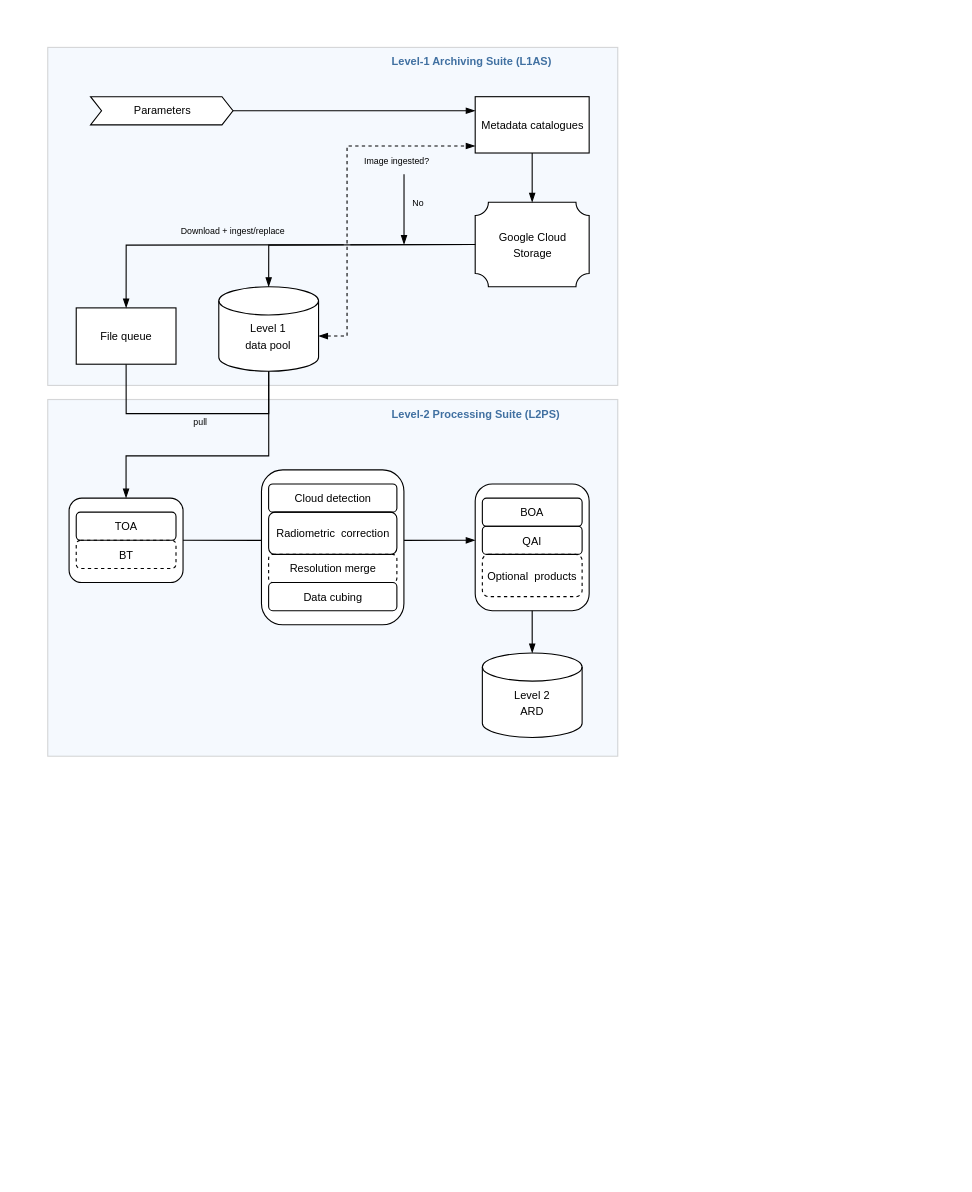
This is source/figures/drawio/force.drawio from maawoo/TDC_thesis, a draw.io file, before an edit. Source tidied: cells renumbered, new cells numbered last; positions are measured from the earlier drawing's top-left corner, leaving out a move shared by most shapes. Both pictures are drawn from the tidied source at 110%, with x=0, y=0 at pixel (19, 19).
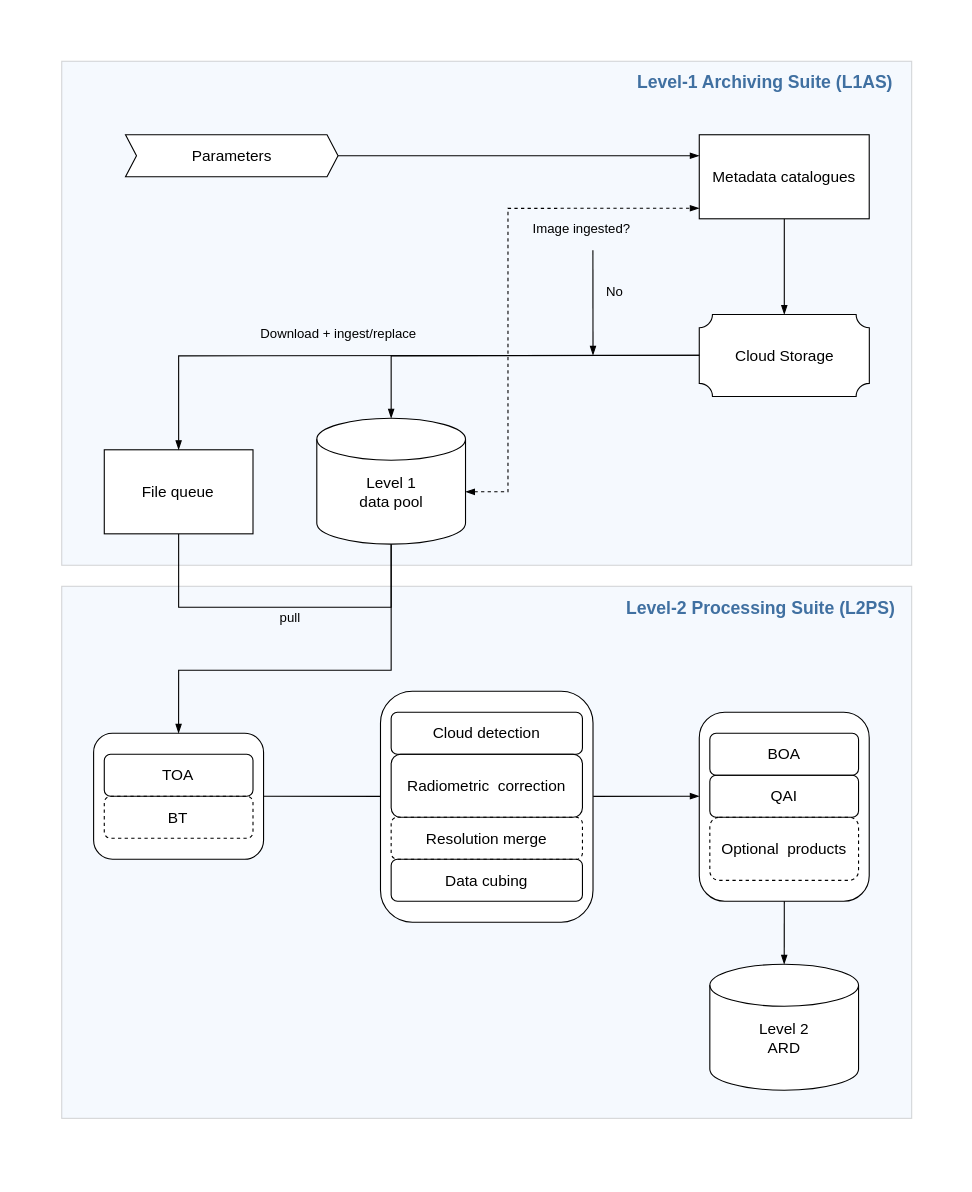
After the change.

The edit, as a diff of the source:
```diff
@@
     <mxCell id="2" style="group;" parent="1" vertex="1">
-      <mxGeometry width="570" height="704.1" as="geometry" />
+      <mxGeometry width="850" height="1050" as="geometry" />
     </mxCell>
     <mxCell id="3" style="rounded=0;whiteSpace=wrap;html=1;fillColor=#ffffff;strokeColor=none;" parent="2" vertex="1">
-      <mxGeometry width="570" height="690" as="geometry" />
+      <mxGeometry width="850" height="1028.9" as="geometry" />
     </mxCell>
     <mxCell id="4" style="rounded=0;whiteSpace=wrap;html=1;strokeColor=#666666;fontColor=#333333;fillColor=#D8E5FA;opacity=25;" parent="2" vertex="1">
-      <mxGeometry x="25.9" y="345.7" width="518.2" height="324.3" as="geometry" />
+      <mxGeometry x="38.6" y="515.5" width="772.7" height="483.7" as="geometry" />
     </mxCell>
     <mxCell id="5" style="rounded=1;whiteSpace=wrap;html=1;" parent="2" vertex="1">
-      <mxGeometry x="414.5" y="422.5" width="103.6" height="115.2" as="geometry" />
+      <mxGeometry x="618.2" y="630" width="154.5" height="171.8" as="geometry" />
     </mxCell>
     <mxCell id="6" style="rounded=1;whiteSpace=wrap;html=1;" parent="2" vertex="1">
-      <mxGeometry x="220.2" y="409.7" width="129.5" height="140.8" as="geometry" />
+      <mxGeometry x="328.4" y="610.9" width="193.2" height="210" as="geometry" />
     </mxCell>
     <mxCell id="7" style="rounded=1;whiteSpace=wrap;html=1;" parent="2" vertex="1">
-      <mxGeometry x="45.3" y="435.3" width="103.6" height="76.8" as="geometry" />
+      <mxGeometry x="67.6" y="649.1" width="154.5" height="114.5" as="geometry" />
     </mxCell>
     <mxCell id="8" style="rounded=0;whiteSpace=wrap;html=1;strokeColor=#666666;fontColor=#333333;fillColor=#D8E5FA;opacity=25;" parent="2" vertex="1">
-      <mxGeometry x="25.9" y="25.6" width="518.2" height="307.3" as="geometry" />
+      <mxGeometry x="38.6" y="38.2" width="772.7" height="458.2" as="geometry" />
     </mxCell>
     <mxCell id="9" style="verticalLabelPosition=bottom;verticalAlign=top;html=1;shape=mxgraph.basic.plaque;dx=6;" parent="2" vertex="1">
-      <mxGeometry x="414.5" y="166.4" width="103.6" height="76.8" as="geometry" />
+      <mxGeometry x="618.2" y="268.4" width="154.6" height="74.6" as="geometry" />
     </mxCell>
-    <mxCell id="10" value="&lt;font style=&quot;font-size: 10px&quot;&gt;Parameters&lt;/font&gt;" style="html=1;shadow=0;dashed=0;align=center;verticalAlign=middle;shape=mxgraph.arrows2.arrow;dy=0;dx=10;notch=10;strokeColor=#000000;strokeWidth=1;" parent="2" vertex="1">
-      <mxGeometry x="64.8" y="70.4" width="129.5" height="25.6" as="geometry" />
+    <mxCell id="10" value="&lt;font style=&quot;font-size: 14px&quot;&gt;Parameters&lt;/font&gt;" style="html=1;shadow=0;dashed=0;align=center;verticalAlign=middle;shape=mxgraph.arrows2.arrow;dy=0;dx=10;notch=10;strokeColor=#000000;strokeWidth=1;" parent="2" vertex="1">
+      <mxGeometry x="96.6" y="105" width="193.2" height="38.2" as="geometry" />
     </mxCell>
@@
-    <mxCell id="12" value="&lt;font style=&quot;font-size: 10px&quot;&gt;Metadata catalogues&lt;/font&gt;" style="rounded=0;whiteSpace=wrap;html=1;strokeColor=#000000;strokeWidth=1;" parent="2" vertex="1">
-      <mxGeometry x="414.5" y="70.4" width="103.6" height="51.2" as="geometry" />
+    <mxCell id="12" value="&lt;font style=&quot;font-size: 14px&quot;&gt;Metadata catalogues&lt;/font&gt;" style="rounded=0;whiteSpace=wrap;html=1;strokeColor=#000000;strokeWidth=1;" parent="2" vertex="1">
+      <mxGeometry x="618.2" y="105" width="154.5" height="76.4" as="geometry" />
     </mxCell>
     <mxCell id="13" style="edgeStyle=orthogonalEdgeStyle;rounded=0;jumpStyle=gap;jettySize=auto;html=1;entryX=0.5;entryY=0;entryDx=0;entryDy=0;startArrow=none;startFill=0;endArrow=blockThin;endFill=1;" parent="2" edge="1" source="14" target="7">
       <mxGeometry relative="1" as="geometry">
         <Array as="points">
-          <mxPoint x="226.7" y="396.9" />
-          <mxPoint x="97.2" y="396.9" />
+          <mxPoint x="338.1" y="591.8" />
+          <mxPoint x="144.9" y="591.8" />
         </Array>
       </mxGeometry>
     </mxCell>
     <mxCell id="14" style="strokeWidth=1;html=1;shape=mxgraph.flowchart.database;whiteSpace=wrap;" parent="2" vertex="1">
-      <mxGeometry x="181.4" y="243.2" width="90.7" height="76.8" as="geometry" />
+      <mxGeometry x="270.5" y="362.7" width="135.2" height="114.5" as="geometry" />
     </mxCell>
     <mxCell id="15" style="edgeStyle=orthogonalEdgeStyle;rounded=0;jumpStyle=gap;jettySize=auto;html=1;entryX=0.5;entryY=1;entryDx=0;entryDy=0;entryPerimeter=0;startArrow=none;startFill=0;endArrow=none;endFill=0;exitX=0.5;exitY=1;exitDx=0;exitDy=0;" parent="2" edge="1" source="16" target="14">
       <mxGeometry relative="1" as="geometry">
         <Array as="points">
-          <mxPoint x="97.2" y="358.5" />
-          <mxPoint x="226.7" y="358.5" />
+          <mxPoint x="144.9" y="534.5" />
+          <mxPoint x="338.1" y="534.5" />
         </Array>
       </mxGeometry>
     </mxCell>
-    <mxCell id="16" value="&lt;font style=&quot;font-size: 10px&quot;&gt;File queue&lt;/font&gt;" style="rounded=0;whiteSpace=wrap;html=1;strokeColor=#000000;strokeWidth=1;" parent="2" vertex="1">
-      <mxGeometry x="51.8" y="262.4" width="90.7" height="51.2" as="geometry" />
+    <mxCell id="16" value="&lt;font style=&quot;font-size: 14px&quot;&gt;File queue&lt;/font&gt;" style="rounded=0;whiteSpace=wrap;html=1;strokeColor=#000000;strokeWidth=1;" parent="2" vertex="1">
+      <mxGeometry x="77.3" y="391.4" width="135.2" height="76.4" as="geometry" />
     </mxCell>
     <mxCell id="17" style="edgeStyle=orthogonalEdgeStyle;rounded=0;jumpStyle=gap;jettySize=auto;html=1;entryX=0;entryY=0.875;entryDx=0;entryDy=0;entryPerimeter=0;startArrow=blockThin;startFill=1;endArrow=blockThin;endFill=1;dashed=1;" parent="2" edge="1" source="18" target="12">
       <mxGeometry relative="1" as="geometry">
         <Array as="points">
-          <mxPoint x="298" y="288" />
-          <mxPoint x="298" y="115.2" />
+          <mxPoint x="444.3" y="429.5" />
+          <mxPoint x="444.3" y="171.8" />
         </Array>
       </mxGeometry>
     </mxCell>
-    <mxCell id="18" value="&lt;font style=&quot;font-size: 10px&quot;&gt;Level 1&lt;br&gt;data pool&lt;/font&gt;" style="text;html=1;strokeColor=none;fillColor=none;align=center;verticalAlign=middle;whiteSpace=wrap;rounded=0;" parent="2" vertex="1">
-      <mxGeometry x="181.4" y="268.8" width="90.7" height="38.4" as="geometry" />
+    <mxCell id="18" value="&lt;font style=&quot;font-size: 14px&quot;&gt;Level 1&lt;br&gt;data pool&lt;/font&gt;" style="text;html=1;strokeColor=none;fillColor=none;align=center;verticalAlign=middle;whiteSpace=wrap;rounded=0;" parent="2" vertex="1">
+      <mxGeometry x="270.5" y="400.9" width="135.2" height="57.3" as="geometry" />
     </mxCell>
     <mxCell id="19" style="edgeStyle=orthogonalEdgeStyle;rounded=0;jumpStyle=none;jettySize=auto;html=1;entryX=0.5;entryY=0;entryDx=0;entryDy=0;entryPerimeter=0;startArrow=none;startFill=0;endArrow=blockThin;endFill=1;" parent="2" edge="1" target="14">
       <mxGeometry relative="1" as="geometry">
-        <mxPoint x="414.5" y="204.8" as="sourcePoint" />
+        <mxPoint x="618.2" y="305.5" as="sourcePoint" />
       </mxGeometry>
     </mxCell>
     <mxCell id="20" style="edgeStyle=orthogonalEdgeStyle;rounded=0;jumpStyle=gap;jettySize=auto;html=1;startArrow=none;startFill=0;endArrow=blockThin;endFill=1;entryX=0.5;entryY=0;entryDx=0;entryDy=0;" parent="2" edge="1" target="16">
       <mxGeometry relative="1" as="geometry">
-        <mxPoint x="414.5" y="204.8" as="sourcePoint" />
+        <mxPoint x="618.2" y="305.5" as="sourcePoint" />
       </mxGeometry>
     </mxCell>
-    <mxCell id="21" value="&lt;font style=&quot;font-size: 10px&quot;&gt;Google Cloud Storage&lt;/font&gt;" style="text;html=1;strokeColor=none;fillColor=none;align=center;verticalAlign=middle;whiteSpace=wrap;rounded=0;" parent="2" vertex="1">
-      <mxGeometry x="427.5" y="166.4" width="77.7" height="76.8" as="geometry" />
+    <mxCell id="21" value="&lt;font style=&quot;font-size: 14px&quot;&gt;Cloud Storage&lt;/font&gt;" style="text;html=1;strokeColor=none;fillColor=none;align=center;verticalAlign=middle;whiteSpace=wrap;rounded=0;" parent="2" vertex="1">
+      <mxGeometry x="637.5" y="268.4" width="115.9" height="74.6" as="geometry" />
     </mxCell>
-    <mxCell id="22" value="&lt;font style=&quot;font-size: 8px&quot;&gt;Image ingested?&lt;/font&gt;" style="text;html=1;strokeColor=none;fillColor=none;align=center;verticalAlign=middle;whiteSpace=wrap;rounded=0;" parent="2" vertex="1">
-      <mxGeometry x="298" y="115.2" width="90.7" height="25.6" as="geometry" />
+    <mxCell id="22" value="&lt;font style=&quot;font-size: 12px&quot;&gt;Image ingested?&lt;/font&gt;" style="text;html=1;strokeColor=none;fillColor=none;align=center;verticalAlign=middle;whiteSpace=wrap;rounded=0;" parent="2" vertex="1">
+      <mxGeometry x="444.3" y="171.8" width="135.2" height="38.2" as="geometry" />
     </mxCell>
     <mxCell id="23" style="endArrow=blockThin;html=1;exitX=0.571;exitY=1;exitDx=0;exitDy=0;exitPerimeter=0;endFill=1;" parent="2" edge="1" source="22">
       <mxGeometry relative="1" as="geometry">
-        <mxPoint x="349.8" y="204.8" as="targetPoint" />
+        <mxPoint x="521.6" y="305.5" as="targetPoint" />
       </mxGeometry>
     </mxCell>
-    <mxCell id="24" value="&lt;font style=&quot;font-size: 8px&quot;&gt;No&lt;/font&gt;" style="text;html=1;strokeColor=none;fillColor=none;align=center;verticalAlign=middle;whiteSpace=wrap;rounded=0;" parent="2" vertex="1">
-      <mxGeometry x="349.8" y="153.6" width="25.9" height="25.6" as="geometry" />
+    <mxCell id="24" value="&lt;font style=&quot;font-size: 12px&quot;&gt;No&lt;/font&gt;" style="text;html=1;strokeColor=none;fillColor=none;align=center;verticalAlign=middle;whiteSpace=wrap;rounded=0;" parent="2" vertex="1">
+      <mxGeometry x="521.6" y="229.1" width="38.6" height="38.2" as="geometry" />
     </mxCell>
-    <mxCell id="25" value="&lt;font style=&quot;font-size: 8px&quot;&gt;Download + ingest/replace&lt;/font&gt;" style="text;html=1;strokeColor=none;fillColor=none;align=center;verticalAlign=middle;whiteSpace=wrap;rounded=0;" parent="2" vertex="1">
-      <mxGeometry x="103.6" y="179.2" width="181.4" height="25.6" as="geometry" />
+    <mxCell id="25" value="&lt;font style=&quot;font-size: 12px&quot;&gt;Download + ingest/replace&lt;/font&gt;" style="text;html=1;strokeColor=none;fillColor=none;align=center;verticalAlign=middle;whiteSpace=wrap;rounded=0;" parent="2" vertex="1">
+      <mxGeometry x="154.5" y="267.3" width="270.5" height="38.2" as="geometry" />
     </mxCell>
-    <mxCell id="26" value="&lt;b&gt;&lt;font color=&quot;#4070a1&quot; style=&quot;font-size: 10px&quot;&gt;Level-1 Archiving Suite (L1AS)&lt;/font&gt;&lt;/b&gt;" style="text;html=1;strokeColor=none;fillColor=none;align=left;verticalAlign=middle;whiteSpace=wrap;rounded=0;" parent="2" vertex="1">
-      <mxGeometry x="336.8" y="25.6" width="207.3" height="25.6" as="geometry" />
+    <mxCell id="26" value="&lt;b&gt;&lt;font color=&quot;#4070a1&quot; style=&quot;font-size: 16px&quot;&gt;Level-1 Archiving Suite (L1AS)&lt;/font&gt;&lt;/b&gt;" style="text;html=1;strokeColor=none;fillColor=none;align=left;verticalAlign=middle;whiteSpace=wrap;rounded=0;" parent="2" vertex="1">
+      <mxGeometry x="560" y="38.2" width="251.4" height="38.2" as="geometry" />
     </mxCell>
-    <mxCell id="27" value="&lt;b&gt;&lt;font color=&quot;#4070a1&quot; style=&quot;font-size: 10px&quot;&gt;Level-2 Processing Suite (L2PS)&lt;/font&gt;&lt;/b&gt;" style="text;html=1;strokeColor=none;fillColor=none;align=left;verticalAlign=middle;whiteSpace=wrap;rounded=0;" parent="2" vertex="1">
-      <mxGeometry x="336.8" y="345.7" width="207.3" height="25.6" as="geometry" />
+    <mxCell id="27" value="&lt;b&gt;&lt;font color=&quot;#4070a1&quot; style=&quot;font-size: 16px&quot;&gt;Level-2 Processing Suite (L2PS)&lt;/font&gt;&lt;/b&gt;" style="text;html=1;strokeColor=none;fillColor=none;align=left;verticalAlign=middle;whiteSpace=wrap;rounded=0;" parent="2" vertex="1">
+      <mxGeometry x="550" y="515.5" width="261.4" height="38.2" as="geometry" />
     </mxCell>
-    <mxCell id="28" value="&lt;font style=&quot;font-size: 10px&quot;&gt;TOA&lt;/font&gt;" style="rounded=1;whiteSpace=wrap;html=1;fillColor=none;" parent="2" vertex="1">
-      <mxGeometry x="51.8" y="448.1" width="90.7" height="25.6" as="geometry" />
+    <mxCell id="28" value="&lt;font style=&quot;font-size: 14px&quot;&gt;TOA&lt;/font&gt;" style="rounded=1;whiteSpace=wrap;html=1;fillColor=none;" parent="2" vertex="1">
+      <mxGeometry x="77.3" y="668.2" width="135.2" height="38.2" as="geometry" />
     </mxCell>
-    <mxCell id="29" value="&lt;font style=&quot;font-size: 10px&quot;&gt;BT&lt;/font&gt;" style="rounded=1;whiteSpace=wrap;html=1;fillColor=none;dashed=1;" parent="2" vertex="1">
-      <mxGeometry x="51.8" y="473.7" width="90.7" height="25.6" as="geometry" />
+    <mxCell id="29" value="&lt;font style=&quot;font-size: 14px&quot;&gt;BT&lt;/font&gt;" style="rounded=1;whiteSpace=wrap;html=1;fillColor=none;dashed=1;" parent="2" vertex="1">
+      <mxGeometry x="77.3" y="706.4" width="135.2" height="38.2" as="geometry" />
     </mxCell>
-    <mxCell id="30" value="&lt;font style=&quot;font-size: 10px&quot;&gt;Cloud detection&lt;/font&gt;" style="rounded=1;whiteSpace=wrap;html=1;fillColor=none;" parent="2" vertex="1">
-      <mxGeometry x="226.7" y="422.5" width="116.6" height="25.6" as="geometry" />
+    <mxCell id="30" value="&lt;font style=&quot;font-size: 14px&quot;&gt;Cloud detection&lt;/font&gt;" style="rounded=1;whiteSpace=wrap;html=1;fillColor=none;" parent="2" vertex="1">
+      <mxGeometry x="338.1" y="630" width="173.9" height="38.2" as="geometry" />
     </mxCell>
-    <mxCell id="31" value="&lt;font style=&quot;font-size: 10px&quot;&gt;Resolution merge&lt;/font&gt;" style="rounded=1;whiteSpace=wrap;html=1;fillColor=none;dashed=1;" parent="2" vertex="1">
-      <mxGeometry x="226.7" y="486.5" width="116.6" height="25.6" as="geometry" />
+    <mxCell id="31" value="&lt;font style=&quot;font-size: 14px&quot;&gt;Resolution merge&lt;/font&gt;" style="rounded=1;whiteSpace=wrap;html=1;fillColor=none;dashed=1;" parent="2" vertex="1">
+      <mxGeometry x="338.1" y="725.5" width="173.9" height="38.2" as="geometry" />
     </mxCell>
-    <mxCell id="32" value="&lt;span style=&quot;font-size: 10px&quot;&gt;Radiometric&amp;nbsp; correction&lt;/span&gt;" style="rounded=1;whiteSpace=wrap;html=1;fillColor=none;" parent="2" vertex="1">
-      <mxGeometry x="226.7" y="448.1" width="116.6" height="38.4" as="geometry" />
+    <mxCell id="32" value="&lt;font style=&quot;font-size: 14px&quot;&gt;Radiometric&amp;nbsp; correction&lt;/font&gt;" style="rounded=1;whiteSpace=wrap;html=1;fillColor=none;" parent="2" vertex="1">
+      <mxGeometry x="338.1" y="668.2" width="173.9" height="57.3" as="geometry" />
     </mxCell>
-    <mxCell id="33" value="&lt;font style=&quot;font-size: 10px&quot;&gt;Data cubing&lt;/font&gt;" style="rounded=1;whiteSpace=wrap;html=1;fillColor=none;" parent="2" vertex="1">
-      <mxGeometry x="226.7" y="512.1" width="116.6" height="25.6" as="geometry" />
+    <mxCell id="33" value="&lt;font style=&quot;font-size: 14px&quot;&gt;Data cubing&lt;/font&gt;" style="rounded=1;whiteSpace=wrap;html=1;fillColor=none;" parent="2" vertex="1">
+      <mxGeometry x="338.1" y="763.6" width="173.9" height="38.2" as="geometry" />
     </mxCell>
-    <mxCell id="34" value="&lt;font style=&quot;font-size: 8px&quot;&gt;pull&lt;/font&gt;" style="text;html=1;strokeColor=none;fillColor=none;align=center;verticalAlign=middle;whiteSpace=wrap;rounded=0;" parent="2" vertex="1">
-      <mxGeometry x="136" y="358.5" width="58.3" height="12.8" as="geometry" />
+    <mxCell id="34" value="&lt;font style=&quot;font-size: 12px&quot;&gt;pull&lt;/font&gt;" style="text;html=1;strokeColor=none;fillColor=none;align=center;verticalAlign=middle;whiteSpace=wrap;rounded=0;" parent="2" vertex="1">
+      <mxGeometry x="202.8" y="534.5" width="86.9" height="19.1" as="geometry" />
     </mxCell>
-    <mxCell id="35" value="&lt;font style=&quot;font-size: 10px&quot;&gt;BOA&lt;/font&gt;" style="rounded=1;whiteSpace=wrap;html=1;fillColor=none;" parent="2" vertex="1">
-      <mxGeometry x="421" y="435.3" width="90.7" height="25.6" as="geometry" />
+    <mxCell id="35" value="&lt;font style=&quot;font-size: 14px&quot;&gt;BOA&lt;/font&gt;" style="rounded=1;whiteSpace=wrap;html=1;fillColor=none;" parent="2" vertex="1">
+      <mxGeometry x="627.8" y="649.1" width="135.2" height="38.2" as="geometry" />
     </mxCell>
-    <mxCell id="36" value="&lt;font style=&quot;font-size: 10px&quot;&gt;QAI&lt;/font&gt;" style="rounded=1;whiteSpace=wrap;html=1;fillColor=none;" parent="2" vertex="1">
-      <mxGeometry x="421" y="460.9" width="90.7" height="25.6" as="geometry" />
+    <mxCell id="36" value="&lt;font style=&quot;font-size: 14px&quot;&gt;QAI&lt;/font&gt;" style="rounded=1;whiteSpace=wrap;html=1;fillColor=none;" parent="2" vertex="1">
+      <mxGeometry x="627.8" y="687.3" width="135.2" height="38.2" as="geometry" />
     </mxCell>
-    <mxCell id="37" value="&lt;font style=&quot;font-size: 10px&quot;&gt;Optional&amp;nbsp; products&lt;/font&gt;" style="rounded=1;whiteSpace=wrap;html=1;fillColor=none;dashed=1;" parent="2" vertex="1">
-      <mxGeometry x="421" y="486.5" width="90.7" height="38.4" as="geometry" />
+    <mxCell id="37" value="&lt;font style=&quot;font-size: 14px&quot;&gt;Optional&amp;nbsp; products&lt;/font&gt;" style="rounded=1;whiteSpace=wrap;html=1;fillColor=none;dashed=1;" parent="2" vertex="1">
+      <mxGeometry x="627.8" y="725.5" width="135.2" height="57.3" as="geometry" />
     </mxCell>
     <mxCell id="38" style="strokeWidth=1;html=1;shape=mxgraph.flowchart.database;whiteSpace=wrap;" parent="2" vertex="1">
-      <mxGeometry x="421" y="576.1" width="90.7" height="76.8" as="geometry" />
+      <mxGeometry x="627.8" y="859.1" width="135.2" height="114.5" as="geometry" />
     </mxCell>
-    <mxCell id="39" value="&lt;font style=&quot;font-size: 10px&quot;&gt;Level 2&lt;br&gt;ARD&lt;br&gt;&lt;/font&gt;" style="text;html=1;strokeColor=none;fillColor=none;align=center;verticalAlign=middle;whiteSpace=wrap;rounded=0;" parent="2" vertex="1">
-      <mxGeometry x="421" y="601.7" width="90.7" height="38.4" as="geometry" />
+    <mxCell id="39" value="&lt;font style=&quot;font-size: 14px&quot;&gt;Level 2&lt;br&gt;ARD&lt;br&gt;&lt;/font&gt;" style="text;html=1;strokeColor=none;fillColor=none;align=center;verticalAlign=middle;whiteSpace=wrap;rounded=0;" parent="2" vertex="1">
+      <mxGeometry x="627.8" y="897.3" width="135.2" height="57.3" as="geometry" />
     </mxCell>
@@
     <mxCell id="41" style="edgeStyle=orthogonalEdgeStyle;rounded=0;jumpStyle=gap;jettySize=auto;html=1;entryX=0;entryY=0.444;entryDx=0;entryDy=0;startArrow=none;startFill=0;endArrow=blockThin;endFill=1;exitX=1.001;exitY=0.455;exitDx=0;exitDy=0;exitPerimeter=0;entryPerimeter=0;" parent="2" edge="1" source="6" target="5">
       <mxGeometry relative="1" as="geometry">
         <Array as="points">
-          <mxPoint x="382.2" y="473.7" />
-          <mxPoint x="414.5" y="473.7" />
+          <mxPoint x="569.9" y="706.4" />
+          <mxPoint x="618.2" y="706.4" />
         </Array>
       </mxGeometry>
     </mxCell>
     <mxCell id="42" style="edgeStyle=orthogonalEdgeStyle;rounded=0;jumpStyle=gap;jettySize=auto;html=1;startArrow=none;startFill=0;endArrow=blockThin;endFill=1;" parent="2" edge="1" source="10" target="12">
       <mxGeometry relative="1" as="geometry">
         <Array as="points">
-          <mxPoint x="362.7" y="83.2" />
-          <mxPoint x="362.7" y="83.2" />
+          <mxPoint x="540.9" y="124.1" />
+          <mxPoint x="540.9" y="124.1" />
         </Array>
       </mxGeometry>
     </mxCell>
```
